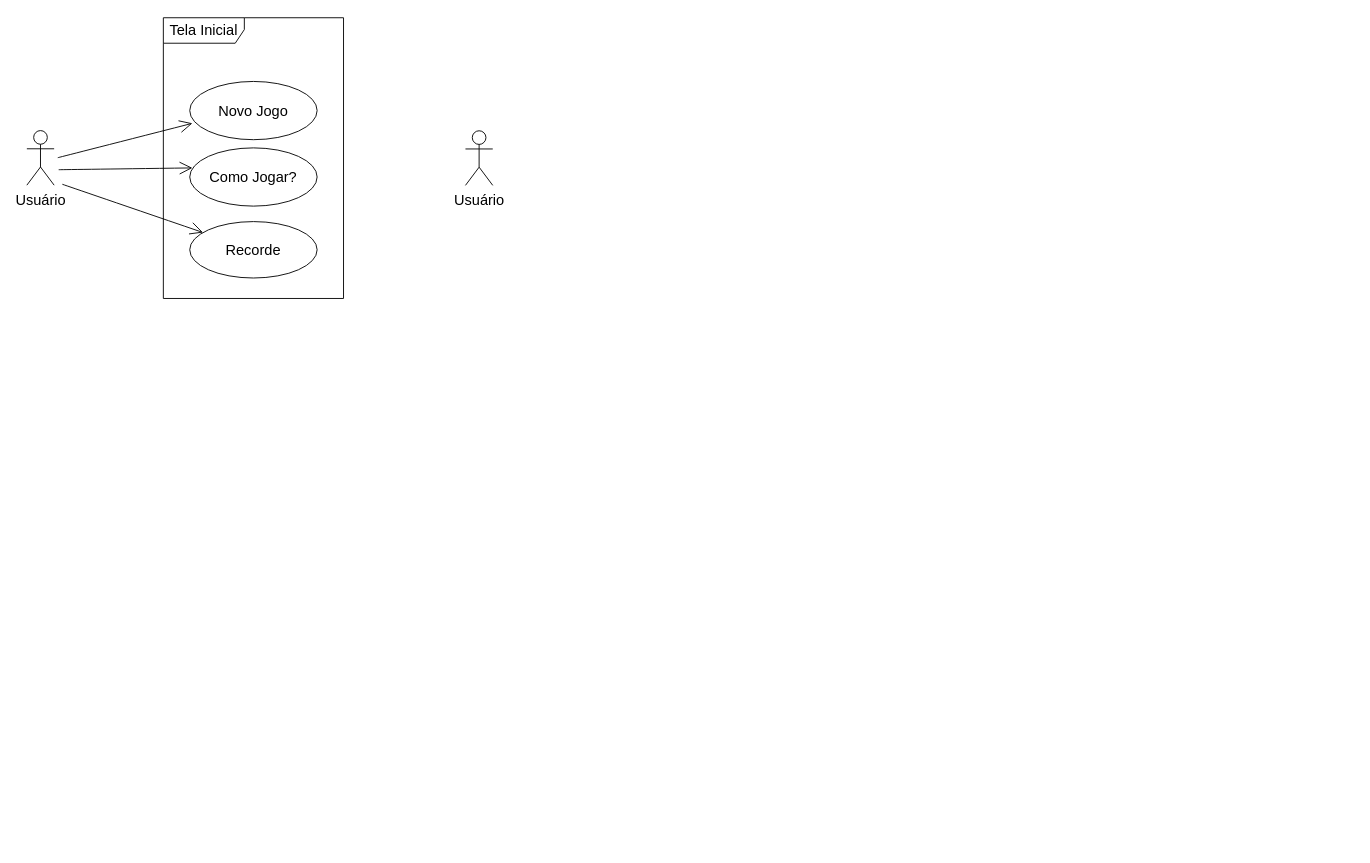
This is Diagrama sem nome.drawio from Felipe-Brandim/Workspace-O.O, a draw.io file, before an edit. Source tidied: cells renumbered, new cells numbered last; positions are measured from the earlier drawing's top-left corner, leaving out a move shared by most shapes. Both pictures are drawn from the tidied source at 91%, with x=0, y=0 at pixel (26, 17). Pictures stored in the file or linked from it are replaced by grey dashed boxes.
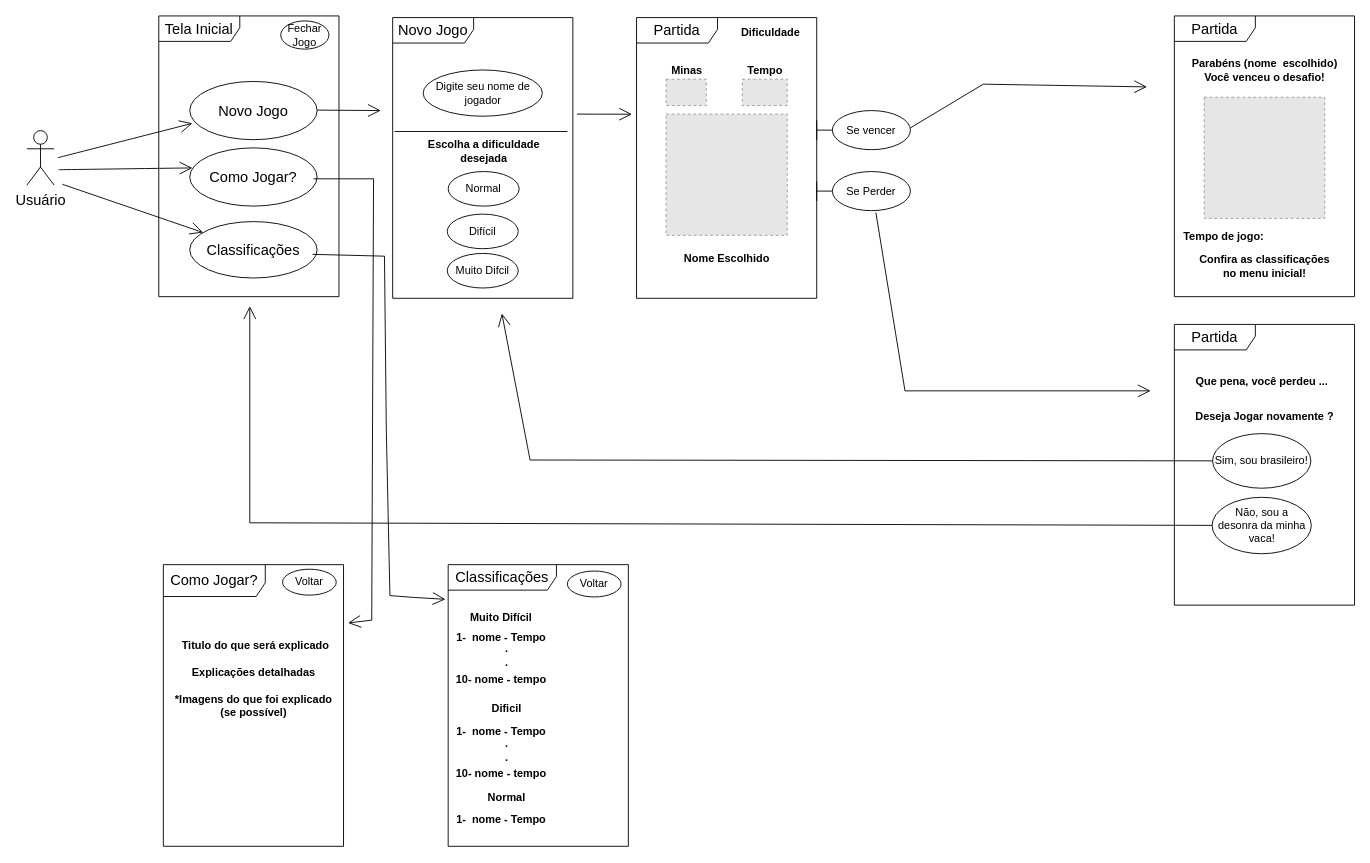
The same diagram, later.

Commit message:
Diagrama de caso de uso.drawio

Change to the diagram source:
```diff
@@
     <mxCell id="3" value="Tela Inicial" style="shape=umlFrame;whiteSpace=wrap;html=1;fontSize=16;width=89;height=28;" parent="1" vertex="1">
-      <mxGeometry x="150" width="198" height="308.5" as="geometry" />
+      <mxGeometry x="145" y="-2" width="198" height="308.5" as="geometry" />
     </mxCell>
@@
-    <mxCell id="6" value="Recorde" style="ellipse;whiteSpace=wrap;html=1;fontSize=16;" parent="1" vertex="1">
+    <mxCell id="6" value="Classificações" style="ellipse;whiteSpace=wrap;html=1;fontSize=16;" parent="1" vertex="1">
       <mxGeometry x="179" y="224" width="140" height="62" as="geometry" />
     </mxCell>
@@
-    <mxCell id="10" value="Usuário" style="shape=umlActor;verticalLabelPosition=bottom;verticalAlign=top;html=1;fontSize=16;" parent="1" vertex="1">
-      <mxGeometry x="482" y="124.2" width="30" height="60" as="geometry" />
-    </mxCell>
+    <mxCell id="11" value="Novo Jogo" style="shape=umlFrame;whiteSpace=wrap;html=1;fontSize=16;width=89;height=28;" parent="1" vertex="1">
+      <mxGeometry x="402" y="-0.2" width="198" height="308.5" as="geometry" />
+    </mxCell>
+    <mxCell id="12" style="fillColor=#E6E6E6;strokeColor=#999999;dashed=1;verticalLabelPosition=bottom;labelBackgroundColor=default;verticalAlign=top;" parent="1" vertex="1">
+      <mxGeometry x="702.4" y="105.9" width="133.2" height="133.2" as="geometry" />
+    </mxCell>
+    <mxCell id="13" style="fillColor=#E6E6E6;strokeColor=#999999;dashed=1;verticalLabelPosition=bottom;labelBackgroundColor=default;verticalAlign=top;" parent="1" vertex="1">
+      <mxGeometry x="702.4" y="67.5" width="44.2" height="29" as="geometry" />
+    </mxCell>
+    <mxCell id="14" style="fillColor=#E6E6E6;strokeColor=#999999;dashed=1;verticalLabelPosition=bottom;labelBackgroundColor=default;verticalAlign=top;" parent="1" vertex="1">
+      <mxGeometry x="786.2" y="67.5" width="49.4" height="29" as="geometry" />
+    </mxCell>
+    <mxCell id="15" value="Nome Escolhido" style="text;align=center;fontStyle=1;verticalAlign=middle;spacingLeft=3;spacingRight=3;strokeColor=none;html=1;" parent="1" vertex="1">
+      <mxGeometry x="729" y="251.5" width="80" height="26" as="geometry" />
+    </mxCell>
+    <mxCell id="16" value="Dificuldade" style="text;align=center;fontStyle=1;verticalAlign=middle;spacingLeft=3;spacingRight=3;strokeColor=none;html=1;" parent="1" vertex="1">
+      <mxGeometry x="777" y="3.5" width="80" height="26" as="geometry" />
+    </mxCell>
+    <mxCell id="17" value="Minas" style="text;align=center;fontStyle=1;verticalAlign=middle;spacingLeft=3;spacingRight=3;strokeColor=none;html=1;" parent="1" vertex="1">
+      <mxGeometry x="684.5" y="44.5" width="80" height="26" as="geometry" />
+    </mxCell>
+    <mxCell id="18" value="Tempo" style="text;align=center;fontStyle=1;verticalAlign=middle;spacingLeft=3;spacingRight=3;strokeColor=none;html=1;" parent="1" vertex="1">
+      <mxGeometry x="770.9" y="44.5" width="80" height="26" as="geometry" />
+    </mxCell>
+    <mxCell id="19" value="Partida" style="shape=umlFrame;whiteSpace=wrap;html=1;fontSize=16;width=89;height=28;" parent="1" vertex="1">
+      <mxGeometry x="670" y="-0.2" width="198" height="308.5" as="geometry" />
+    </mxCell>
+    <mxCell id="20" value="Digite seu nome de jogador" style="ellipse;whiteSpace=wrap;html=1;" parent="1" vertex="1">
+      <mxGeometry x="435.5" y="57.4" width="131" height="50.8" as="geometry" />
+    </mxCell>
+    <mxCell id="21" style="line;strokeWidth=1;fillColor=none;align=left;verticalAlign=middle;spacingTop=-1;spacingLeft=3;spacingRight=3;labelPosition=right;strokeColor=inherit;" parent="1" vertex="1">
+      <mxGeometry x="404" y="121" width="190" height="8" as="geometry" />
+    </mxCell>
+    <mxCell id="22" value="Escolha a dificuldade&lt;br&gt;desejada" style="text;align=center;fontStyle=1;verticalAlign=middle;spacingLeft=3;spacingRight=3;strokeColor=none;html=1;" parent="1" vertex="1">
+      <mxGeometry x="462" y="134" width="80" height="26" as="geometry" />
+    </mxCell>
+    <mxCell id="23" value="Normal" style="ellipse;whiteSpace=wrap;html=1;" parent="1" vertex="1">
+      <mxGeometry x="463" y="169" width="78" height="38" as="geometry" />
+    </mxCell>
+    <mxCell id="24" value="Difícil" style="ellipse;whiteSpace=wrap;html=1;" parent="1" vertex="1">
+      <mxGeometry x="462" y="215.8" width="78" height="38" as="geometry" />
+    </mxCell>
+    <mxCell id="25" value="Muito Difcil" style="ellipse;whiteSpace=wrap;html=1;" parent="1" vertex="1">
+      <mxGeometry x="462" y="259" width="78" height="38" as="geometry" />
+    </mxCell>
+    <mxCell id="26" style="endArrow=open;endFill=1;endSize=12;html=1;rounded=0;" parent="1" edge="1">
+      <mxGeometry relative="1" as="geometry">
+        <mxPoint x="319" y="101.5" as="sourcePoint" />
+        <mxPoint x="389" y="102" as="targetPoint" />
+      </mxGeometry>
+    </mxCell>
+    <mxCell id="27" style="endArrow=open;endFill=1;endSize=12;html=1;rounded=0;" parent="1" edge="1">
+      <mxGeometry relative="1" as="geometry">
+        <mxPoint x="604.5" y="105.9" as="sourcePoint" />
+        <mxPoint x="665" y="106" as="targetPoint" />
+      </mxGeometry>
+    </mxCell>
+    <mxCell id="28" value="Partida" style="shape=umlFrame;whiteSpace=wrap;html=1;fontSize=16;width=89;height=28;" parent="1" vertex="1">
+      <mxGeometry x="1261" y="337" width="198" height="308.5" as="geometry" />
+    </mxCell>
+    <mxCell id="29" value="Partida" style="shape=umlFrame;whiteSpace=wrap;html=1;fontSize=16;width=89;height=28;" parent="1" vertex="1">
+      <mxGeometry x="1261" y="-2" width="198" height="308.5" as="geometry" />
+    </mxCell>
+    <mxCell id="30" value="Se vencer" style="shape=umlBoundary;whiteSpace=wrap;html=1;" parent="1" vertex="1">
+      <mxGeometry x="868" y="102" width="103" height="43" as="geometry" />
+    </mxCell>
+    <mxCell id="31" style="endArrow=open;endFill=1;endSize=12;html=1;rounded=0;" parent="1" edge="1">
+      <mxGeometry relative="1" as="geometry">
+        <mxPoint x="971" y="121" as="sourcePoint" />
+        <mxPoint x="1231" y="76" as="targetPoint" />
+        <Array as="points">
+          <mxPoint x="1051" y="73" />
+        </Array>
+      </mxGeometry>
+    </mxCell>
+    <mxCell id="32" value="Parabéns (nome&amp;nbsp; escolhido)&lt;br&gt;Você venceu o desafio!" style="text;align=center;fontStyle=1;verticalAlign=middle;spacingLeft=3;spacingRight=3;strokeColor=none;html=1;" parent="1" vertex="1">
+      <mxGeometry x="1320" y="44.5" width="80" height="26" as="geometry" />
+    </mxCell>
+    <mxCell id="33" style="fillColor=#E6E6E6;strokeColor=#999999;dashed=1;verticalLabelPosition=bottom;labelBackgroundColor=default;verticalAlign=top;" parent="1" vertex="1">
+      <mxGeometry x="1293.8" y="87.4" width="132.5" height="133.1" as="geometry" />
+    </mxCell>
+    <mxCell id="34" value="Tempo de jogo:" style="text;align=center;fontStyle=1;verticalAlign=middle;spacingLeft=3;spacingRight=3;strokeColor=none;html=1;" parent="1" vertex="1">
+      <mxGeometry x="1275" y="227.8" width="80" height="26" as="geometry" />
+    </mxCell>
+    <mxCell id="35" value="Confira as classificações&lt;br&gt;no menu inicial!" style="text;align=center;fontStyle=1;verticalAlign=middle;spacingLeft=3;spacingRight=3;strokeColor=none;html=1;" parent="1" vertex="1">
+      <mxGeometry x="1320" y="260" width="80" height="26" as="geometry" />
+    </mxCell>
+    <mxCell id="36" value="Se Perder" style="shape=umlBoundary;whiteSpace=wrap;html=1;" parent="1" vertex="1">
+      <mxGeometry x="868" y="169" width="103" height="43" as="geometry" />
+    </mxCell>
+    <mxCell id="37" style="endArrow=open;endFill=1;endSize=12;html=1;rounded=0;exitX=0.631;exitY=1.047;exitDx=0;exitDy=0;exitPerimeter=0;" parent="1" edge="1" source="36">
+      <mxGeometry relative="1" as="geometry">
+        <mxPoint x="1235" y="410" as="targetPoint" />
+        <Array as="points">
+          <mxPoint x="965" y="410" />
+        </Array>
+      </mxGeometry>
+    </mxCell>
+    <mxCell id="38" value="Que pena, você perdeu ..." style="text;align=center;fontStyle=1;verticalAlign=middle;spacingLeft=3;spacingRight=3;strokeColor=none;html=1;" parent="1" vertex="1">
+      <mxGeometry x="1317" y="387" width="80" height="26" as="geometry" />
+    </mxCell>
+    <mxCell id="39" value="Deseja Jogar novamente ?" style="text;align=center;fontStyle=1;verticalAlign=middle;spacingLeft=3;spacingRight=3;strokeColor=none;html=1;" parent="1" vertex="1">
+      <mxGeometry x="1320" y="426" width="80" height="26" as="geometry" />
+    </mxCell>
+    <mxCell id="40" value="Sim, sou brasileiro!" style="ellipse;whiteSpace=wrap;html=1;" parent="1" vertex="1">
+      <mxGeometry x="1303" y="457" width="108" height="60" as="geometry" />
+    </mxCell>
+    <mxCell id="41" value="Não, sou a&lt;br&gt;desonra da minha vaca!" style="ellipse;whiteSpace=wrap;html=1;" parent="1" vertex="1">
+      <mxGeometry x="1302.5" y="527" width="109" height="62" as="geometry" />
+    </mxCell>
+    <mxCell id="42" style="endArrow=open;endFill=1;endSize=12;html=1;rounded=0;" parent="1" edge="1" source="40">
+      <mxGeometry relative="1" as="geometry">
+        <mxPoint x="522" y="325" as="targetPoint" />
+        <Array as="points">
+          <mxPoint x="553" y="486" />
+        </Array>
+      </mxGeometry>
+    </mxCell>
+    <mxCell id="43" style="endArrow=open;endFill=1;endSize=12;html=1;rounded=0;" parent="1" edge="1" source="41">
+      <mxGeometry relative="1" as="geometry">
+        <mxPoint x="245" y="317" as="targetPoint" />
+        <Array as="points">
+          <mxPoint x="245" y="555" />
+        </Array>
+      </mxGeometry>
+    </mxCell>
+    <mxCell id="44" value="Fechar Jogo" style="ellipse;whiteSpace=wrap;html=1;" parent="1" vertex="1">
+      <mxGeometry x="279" y="3.5" width="53" height="31" as="geometry" />
+    </mxCell>
+    <mxCell id="45" value="Como Jogar?" style="shape=umlFrame;whiteSpace=wrap;html=1;fontSize=16;width=112;height=35;" parent="1" vertex="1">
+      <mxGeometry x="150" y="601" width="198" height="309.5" as="geometry" />
+    </mxCell>
+    <mxCell id="46" value="Explicações detalhadas" style="text;align=center;fontStyle=1;verticalAlign=middle;spacingLeft=3;spacingRight=3;strokeColor=none;html=1;" parent="1" vertex="1">
+      <mxGeometry x="209" y="707" width="80" height="26" as="geometry" />
+    </mxCell>
+    <mxCell id="47" value="*Imagens do que foi explicado&lt;br&gt;(se possível)" style="text;align=center;fontStyle=1;verticalAlign=middle;spacingLeft=3;spacingRight=3;strokeColor=none;html=1;" parent="1" vertex="1">
+      <mxGeometry x="209" y="742.8" width="80" height="26" as="geometry" />
+    </mxCell>
+    <mxCell id="48" value="Titulo do que será explicado" style="text;align=center;fontStyle=1;verticalAlign=middle;spacingLeft=3;spacingRight=3;strokeColor=none;html=1;" parent="1" vertex="1">
+      <mxGeometry x="211" y="677" width="80" height="26" as="geometry" />
+    </mxCell>
+    <mxCell id="49" value="Classificações" style="shape=umlFrame;whiteSpace=wrap;html=1;fontSize=16;width=119;height=28;" parent="1" vertex="1">
+      <mxGeometry x="463" y="601" width="198" height="309.5" as="geometry" />
+    </mxCell>
+    <mxCell id="50" value="Voltar" style="ellipse;whiteSpace=wrap;html=1;" parent="1" vertex="1">
+      <mxGeometry x="281" y="606" width="59" height="28.5" as="geometry" />
+    </mxCell>
+    <mxCell id="51" value="Voltar" style="ellipse;whiteSpace=wrap;html=1;" parent="1" vertex="1">
+      <mxGeometry x="594" y="608" width="59" height="28.5" as="geometry" />
+    </mxCell>
+    <mxCell id="52" value="Muito Difícil" style="text;align=center;fontStyle=1;verticalAlign=middle;spacingLeft=3;spacingRight=3;strokeColor=none;html=1;" parent="1" vertex="1">
+      <mxGeometry x="480.5" y="645.5" width="80" height="26" as="geometry" />
+    </mxCell>
+    <mxCell id="53" value="1-&amp;nbsp; nome - Tempo" style="text;align=center;fontStyle=1;verticalAlign=middle;spacingLeft=3;spacingRight=3;strokeColor=none;html=1;" parent="1" vertex="1">
+      <mxGeometry x="480.5" y="668" width="80" height="26" as="geometry" />
+    </mxCell>
+    <mxCell id="54" value="10- nome - tempo" style="text;align=center;fontStyle=1;verticalAlign=middle;spacingLeft=3;spacingRight=3;strokeColor=none;html=1;" parent="1" vertex="1">
+      <mxGeometry x="480.5" y="714" width="80" height="26" as="geometry" />
+    </mxCell>
+    <mxCell id="55" value=".&lt;br&gt;." style="text;align=center;fontStyle=1;verticalAlign=middle;spacingLeft=3;spacingRight=3;strokeColor=none;html=1;" parent="1" vertex="1">
+      <mxGeometry x="486.5" y="688" width="80" height="26" as="geometry" />
+    </mxCell>
+    <mxCell id="56" value="Dificil" style="text;align=center;fontStyle=1;verticalAlign=middle;spacingLeft=3;spacingRight=3;strokeColor=none;html=1;" parent="1" vertex="1">
+      <mxGeometry x="486.5" y="746" width="80" height="26" as="geometry" />
+    </mxCell>
+    <mxCell id="57" value="1-&amp;nbsp; nome - Tempo" style="text;align=center;fontStyle=1;verticalAlign=middle;spacingLeft=3;spacingRight=3;strokeColor=none;html=1;" parent="1" vertex="1">
+      <mxGeometry x="480.5" y="772" width="80" height="26" as="geometry" />
+    </mxCell>
+    <mxCell id="58" value="10- nome - tempo" style="text;align=center;fontStyle=1;verticalAlign=middle;spacingLeft=3;spacingRight=3;strokeColor=none;html=1;" parent="1" vertex="1">
+      <mxGeometry x="480.5" y="818" width="80" height="26" as="geometry" />
+    </mxCell>
+    <mxCell id="59" value=".&lt;br&gt;." style="text;align=center;fontStyle=1;verticalAlign=middle;spacingLeft=3;spacingRight=3;strokeColor=none;html=1;" parent="1" vertex="1">
+      <mxGeometry x="486.5" y="792" width="80" height="26" as="geometry" />
+    </mxCell>
+    <mxCell id="60" value="Normal" style="text;align=center;fontStyle=1;verticalAlign=middle;spacingLeft=3;spacingRight=3;strokeColor=none;html=1;" parent="1" vertex="1">
+      <mxGeometry x="486.5" y="844" width="80" height="26" as="geometry" />
+    </mxCell>
+    <mxCell id="61" value="1-&amp;nbsp; nome - Tempo" style="text;align=center;fontStyle=1;verticalAlign=middle;spacingLeft=3;spacingRight=3;strokeColor=none;html=1;" parent="1" vertex="1">
+      <mxGeometry x="480.5" y="868" width="80" height="26" as="geometry" />
+    </mxCell>
+    <mxCell id="62" style="endArrow=open;endFill=1;endSize=12;html=1;rounded=0;entryX=1.025;entryY=0.207;entryDx=0;entryDy=0;entryPerimeter=0;" parent="1" edge="1" target="45">
+      <mxGeometry relative="1" as="geometry">
+        <mxPoint x="315" y="177" as="sourcePoint" />
+        <Array as="points">
+          <mxPoint x="381" y="177" />
+          <mxPoint x="379" y="662" />
+        </Array>
+      </mxGeometry>
+    </mxCell>
+    <mxCell id="63" style="endArrow=open;endFill=1;endSize=12;html=1;rounded=0;entryX=-0.015;entryY=0.123;entryDx=0;entryDy=0;entryPerimeter=0;" parent="1" edge="1" target="49">
+      <mxGeometry relative="1" as="geometry">
+        <mxPoint x="314" y="260" as="sourcePoint" />
+        <Array as="points">
+          <mxPoint x="393" y="262" />
+          <mxPoint x="395" y="451" />
+          <mxPoint x="397" y="545" />
+          <mxPoint x="399" y="635" />
+          <mxPoint x="425" y="637" />
+        </Array>
+      </mxGeometry>
+    </mxCell>
```
